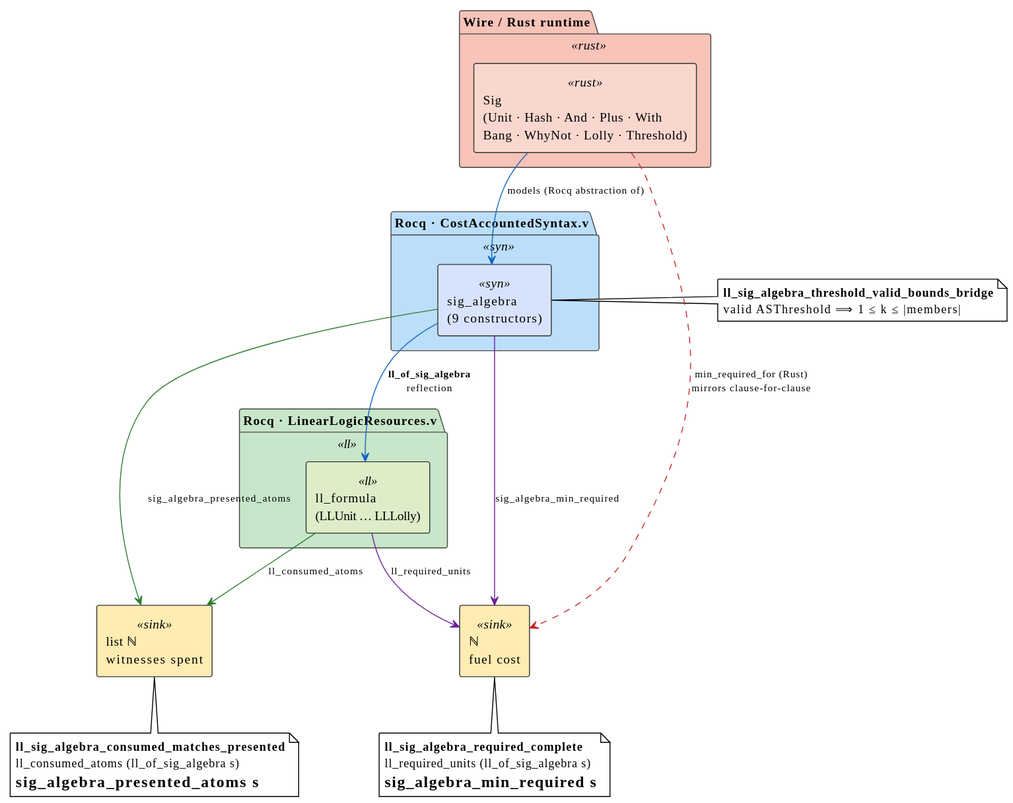
Earlier version of the PlantUML export docs/theory/diagrams/ll-reflection-pipeline.svg (F1R3FLY-io/f1r3node-rust).
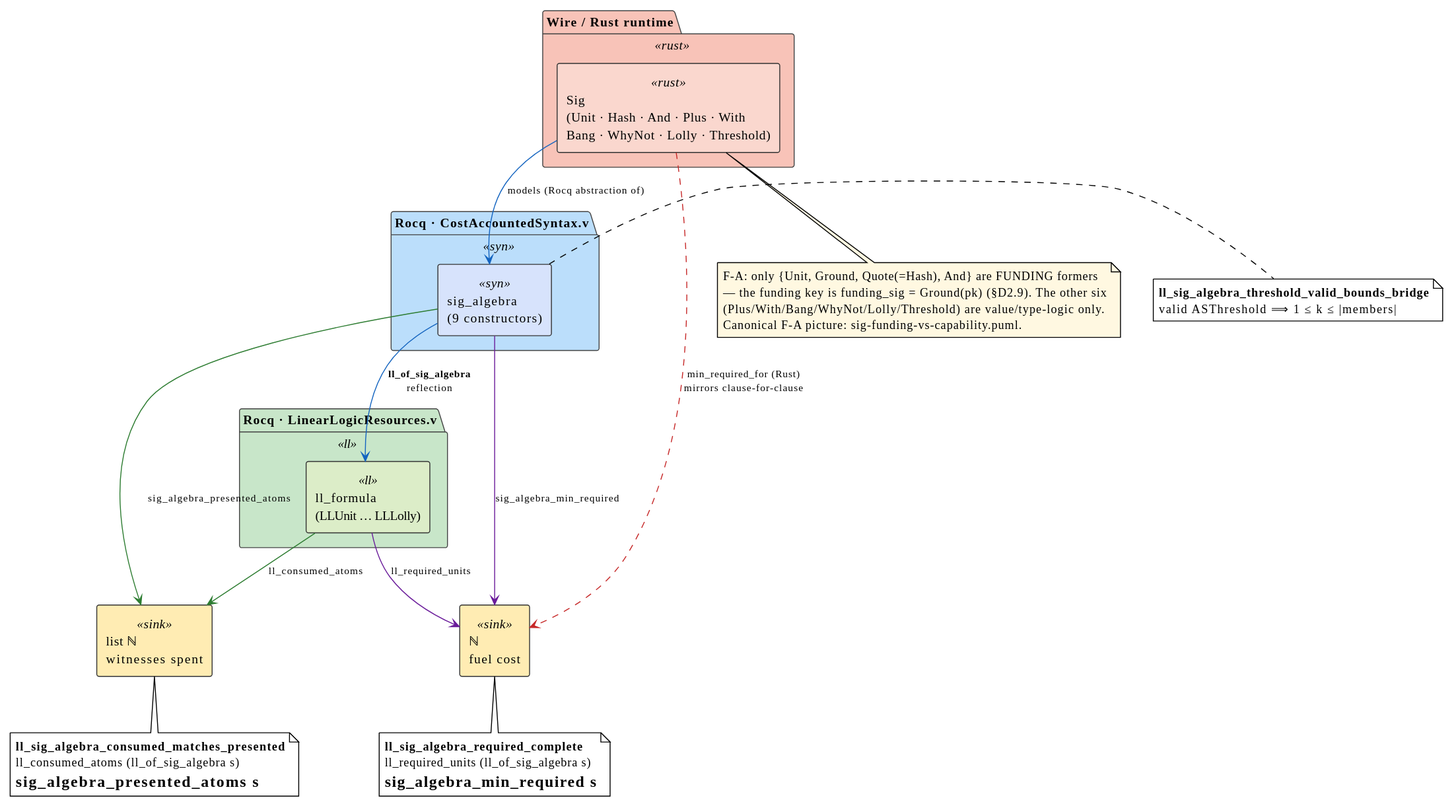
The same diagram one commit later.

The edit, as a diff of the source:
```diff
@@ -29,6 +29,13 @@
 component "ℕ\nfuel cost" <<sink>> as COST
 component "list ℕ\nwitnesses spent" <<sink>> as SPENT
 
+note bottom of SIG #FFF8E1
+F-A: only {Unit, Ground, Quote(=Hash), And} are FUNDING formers
+— the funding key is funding_sig = Ground(pk) (§D2.9). The other six
+(Plus/With/Bang/WhyNot/Lolly/Threshold) are value/type-logic only.
+Canonical F-A picture: sig-funding-vs-capability.puml.
+end note
+
 SIG -[#1565C0]-> SA   : models (Rocq abstraction of)
 SIG .[#C62828].> COST : min_required_for (Rust)\nmirrors clause-for-clause
 SA  -[#1565C0]-> LLF  : <b>ll_of_sig_algebra</b>\nreflection
```
